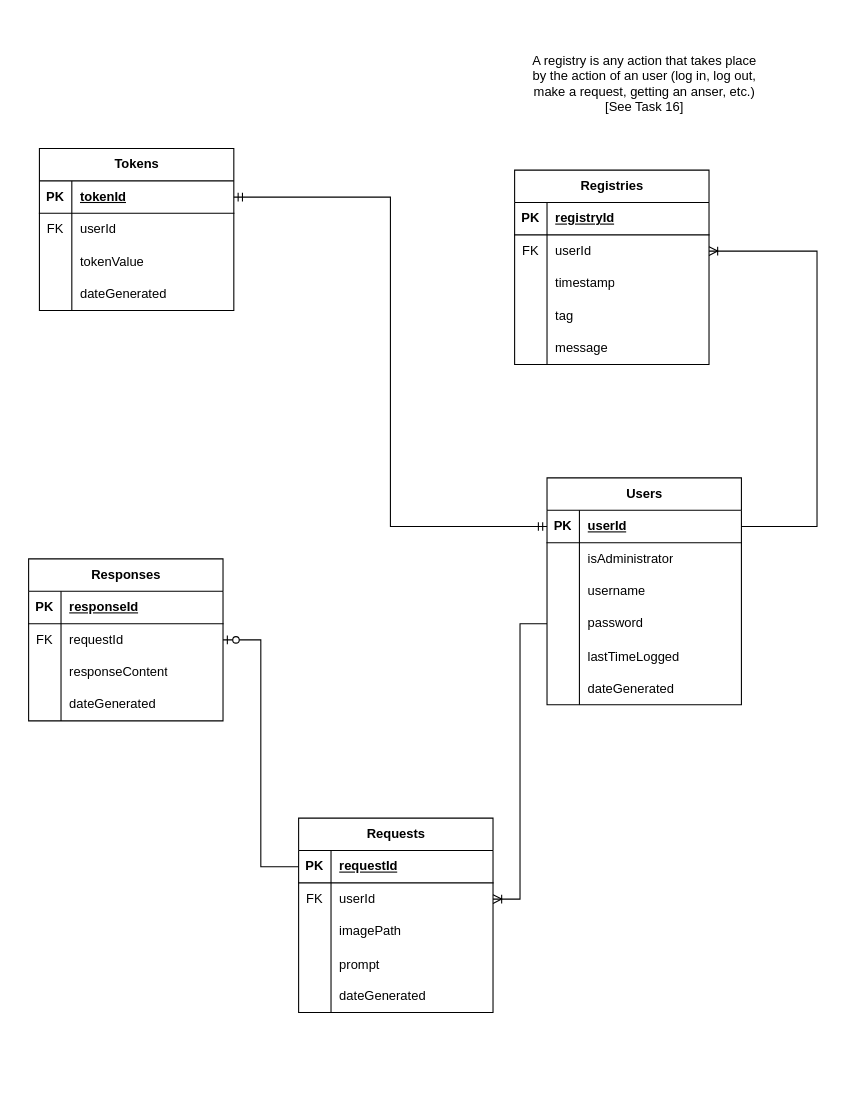
The draw.io diagram documents/UXIA-ddbb-diagram.drawio in ruben-bena/UXIAServer, before the edit. Source tidied: cells renumbered, new cells numbered last; positions are measured from the earlier drawing's top-left corner, leaving out a move shared by most shapes. Both pictures are drawn from the tidied source at 108%, with x=0, y=0 at pixel (28, 18).
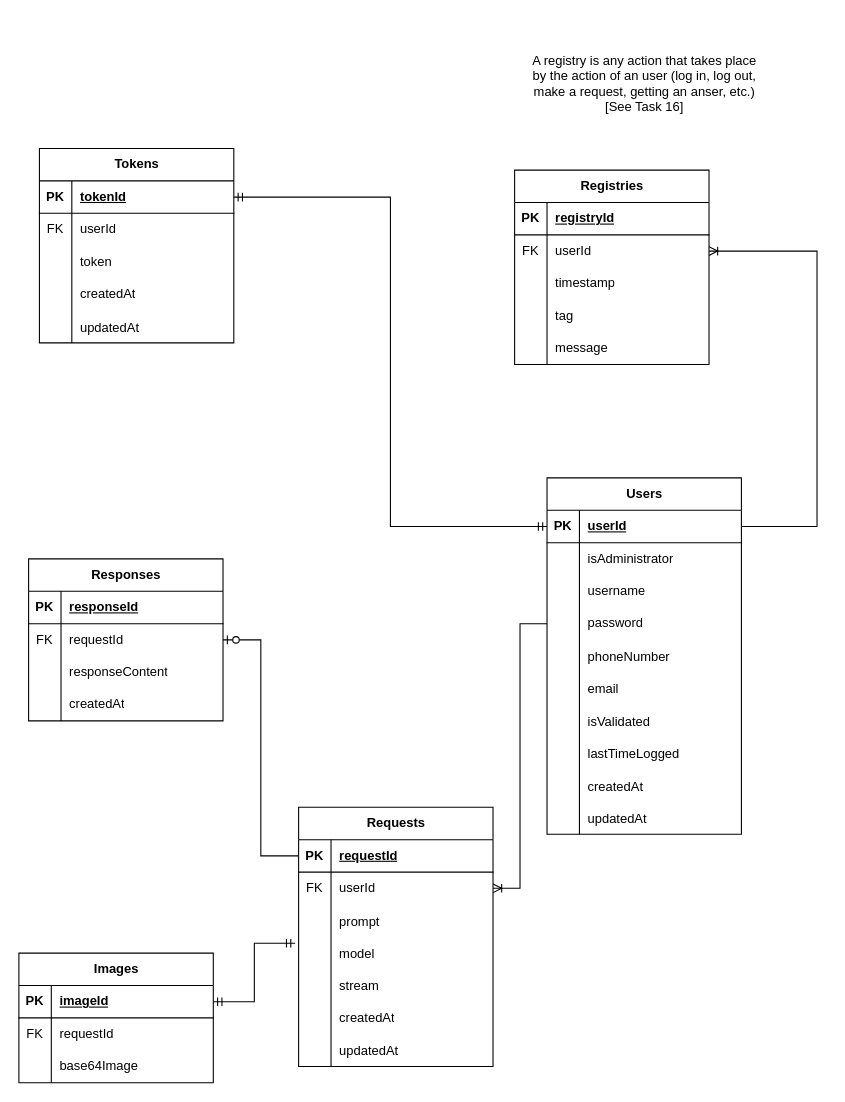
The same diagram, later.

Commit message:
Updated DDBB diagram

Unchanged cells that the change refers to:
```xml
<mxCell id="31" style="shape=tableRow;horizontal=0;startSize=0;swimlaneHead=0;swimlaneBody=0;fillColor=none;top=0;left=0;right=0;bottom=0;" parent="21" vertex="1">
  <mxGeometry y="120" width="180" height="30" as="geometry" />
</mxCell>
<mxCell id="73" style="shape=tableRow;horizontal=0;startSize=0;swimlaneHead=0;swimlaneBody=0;fillColor=none;top=0;left=0;right=0;bottom=0;" parent="66" vertex="1">
  <mxGeometry y="90" width="180" height="30" as="geometry" />
</mxCell>
<mxCell id="76" style="shape=tableRow;horizontal=0;startSize=0;swimlaneHead=0;swimlaneBody=0;fillColor=none;top=0;left=0;right=0;bottom=0;" parent="66" vertex="1">
  <mxGeometry y="120" width="180" height="30" as="geometry" />
</mxCell>
```

Change to the diagram source:
```diff
@@
     <mxCell id="2" value="Users" style="shape=table;startSize=30;childLayout=tableLayout;rowLines=0;fontStyle=1;align=center;html=1;" parent="1" vertex="1">
-      <mxGeometry x="480" y="425" width="180" height="210" as="geometry" />
+      <mxGeometry x="480" y="425" width="180" height="330" as="geometry" />
     </mxCell>
@@
+    <mxCell id="84" style="shape=tableRow;horizontal=0;startSize=0;swimlaneHead=0;swimlaneBody=0;fillColor=none;top=0;left=0;right=0;bottom=0;" parent="2" vertex="1">
+      <mxGeometry y="150" width="180" height="30" as="geometry" />
+    </mxCell>
+    <mxCell id="85" style="shape=partialRectangle;fillColor=none;top=0;left=0;bottom=0;right=0;overflow=hidden;" parent="84" vertex="1">
+      <mxGeometry width="30" height="30" as="geometry" />
+    </mxCell>
+    <mxCell id="86" value="phoneNumber" style="shape=partialRectangle;fillColor=none;top=0;left=0;bottom=0;right=0;align=left;spacingLeft=6;overflow=hidden;" parent="84" vertex="1">
+      <mxGeometry x="30" width="150" height="30" as="geometry" />
+    </mxCell>
+    <mxCell id="87" style="shape=tableRow;horizontal=0;startSize=0;swimlaneHead=0;swimlaneBody=0;fillColor=none;top=0;left=0;right=0;bottom=0;" parent="2" vertex="1">
+      <mxGeometry y="180" width="180" height="30" as="geometry" />
+    </mxCell>
+    <mxCell id="88" style="shape=partialRectangle;fillColor=none;top=0;left=0;bottom=0;right=0;overflow=hidden;" parent="87" vertex="1">
+      <mxGeometry width="30" height="30" as="geometry" />
+    </mxCell>
+    <mxCell id="89" value="email" style="shape=partialRectangle;fillColor=none;top=0;left=0;bottom=0;right=0;align=left;spacingLeft=6;overflow=hidden;" parent="87" vertex="1">
+      <mxGeometry x="30" width="150" height="30" as="geometry" />
+    </mxCell>
+    <mxCell id="90" style="shape=tableRow;horizontal=0;startSize=0;swimlaneHead=0;swimlaneBody=0;fillColor=none;top=0;left=0;right=0;bottom=0;" parent="2" vertex="1">
+      <mxGeometry y="210" width="180" height="30" as="geometry" />
+    </mxCell>
+    <mxCell id="91" style="shape=partialRectangle;fillColor=none;top=0;left=0;bottom=0;right=0;overflow=hidden;" parent="90" vertex="1">
+      <mxGeometry width="30" height="30" as="geometry" />
+    </mxCell>
+    <mxCell id="92" value="isValidated" style="shape=partialRectangle;fillColor=none;top=0;left=0;bottom=0;right=0;align=left;spacingLeft=6;overflow=hidden;" parent="90" vertex="1">
+      <mxGeometry x="30" width="150" height="30" as="geometry" />
+    </mxCell>
     <mxCell id="15" style="shape=tableRow;horizontal=0;startSize=0;swimlaneHead=0;swimlaneBody=0;fillColor=none;top=0;left=0;right=0;bottom=0;" parent="2" vertex="1">
-      <mxGeometry y="150" width="180" height="30" as="geometry" />
+      <mxGeometry y="240" width="180" height="30" as="geometry" />
     </mxCell>
@@
     <mxCell id="18" style="shape=tableRow;horizontal=0;startSize=0;swimlaneHead=0;swimlaneBody=0;fillColor=none;top=0;left=0;right=0;bottom=0;" parent="2" vertex="1">
-      <mxGeometry y="180" width="180" height="30" as="geometry" />
+      <mxGeometry y="270" width="180" height="30" as="geometry" />
     </mxCell>
@@
-    <mxCell id="20" value="dateGenerated" style="shape=partialRectangle;fillColor=none;top=0;left=0;bottom=0;right=0;align=left;spacingLeft=6;overflow=hidden;" parent="18" vertex="1">
+    <mxCell id="20" value="createdAt" style="shape=partialRectangle;fillColor=none;top=0;left=0;bottom=0;right=0;align=left;spacingLeft=6;overflow=hidden;" parent="18" vertex="1">
       <mxGeometry x="30" width="150" height="30" as="geometry" />
     </mxCell>
+    <mxCell id="93" style="shape=tableRow;horizontal=0;startSize=0;swimlaneHead=0;swimlaneBody=0;fillColor=none;top=0;left=0;right=0;bottom=0;" parent="2" vertex="1">
+      <mxGeometry y="300" width="180" height="30" as="geometry" />
+    </mxCell>
+    <mxCell id="94" style="shape=partialRectangle;fillColor=none;top=0;left=0;bottom=0;right=0;overflow=hidden;" parent="93" vertex="1">
+      <mxGeometry width="30" height="30" as="geometry" />
+    </mxCell>
+    <mxCell id="95" value="updatedAt" style="shape=partialRectangle;fillColor=none;top=0;left=0;bottom=0;right=0;align=left;spacingLeft=6;overflow=hidden;" parent="93" vertex="1">
+      <mxGeometry x="30" width="150" height="30" as="geometry" />
+    </mxCell>
@@
-    <mxCell id="33" value="dateGenerated" style="shape=partialRectangle;fillColor=none;top=0;left=0;bottom=0;right=0;align=left;spacingLeft=6;overflow=hidden;whiteSpace=wrap;html=1;" parent="31" vertex="1">
+    <mxCell id="33" value="createdAt" style="shape=partialRectangle;fillColor=none;top=0;left=0;bottom=0;right=0;align=left;spacingLeft=6;overflow=hidden;whiteSpace=wrap;html=1;" parent="31" vertex="1">
       <mxGeometry x="30" width="150" height="30" as="geometry" />
     </mxCell>
@@
     <mxCell id="50" value="Requests" style="shape=table;startSize=30;childLayout=tableLayout;rowLines=0;fontStyle=1;align=center;html=1;" parent="1" vertex="1">
-      <mxGeometry x="250" y="740" width="180" height="180" as="geometry" />
+      <mxGeometry x="250" y="730" width="180" height="240" as="geometry" />
     </mxCell>
@@
-    <mxCell id="57" style="shape=tableRow;horizontal=0;startSize=0;swimlaneHead=0;swimlaneBody=0;fillColor=none;top=0;left=0;right=0;bottom=0;" parent="50" vertex="1">
-      <mxGeometry y="90" width="180" height="30" as="geometry" />
-    </mxCell>
-    <mxCell id="58" style="shape=partialRectangle;fillColor=none;top=0;left=0;bottom=0;right=0;overflow=hidden;whiteSpace=wrap;html=1;" parent="57" vertex="1">
-      <mxGeometry width="30" height="30" as="geometry" />
-    </mxCell>
-    <mxCell id="59" value="imagePath" style="shape=partialRectangle;fillColor=none;top=0;left=0;bottom=0;right=0;align=left;spacingLeft=6;overflow=hidden;whiteSpace=wrap;html=1;" parent="57" vertex="1">
-      <mxGeometry x="30" width="150" height="30" as="geometry" />
-    </mxCell>
     <mxCell id="60" style="shape=tableRow;horizontal=0;startSize=0;swimlaneHead=0;swimlaneBody=0;fillColor=none;top=0;left=0;right=0;bottom=0;" parent="50" vertex="1">
-      <mxGeometry y="120" width="180" height="30" as="geometry" />
+      <mxGeometry y="90" width="180" height="30" as="geometry" />
     </mxCell>
@@
+    <mxCell id="96" style="shape=tableRow;horizontal=0;startSize=0;swimlaneHead=0;swimlaneBody=0;fillColor=none;points=[[0,0.5],[1,0.5]];portConstraint=eastwest;top=0;left=0;right=0;bottom=0;" parent="50" vertex="1">
+      <mxGeometry y="120" width="180" height="30" as="geometry" />
+    </mxCell>
+    <mxCell id="97" style="shape=partialRectangle;fillColor=none;top=0;left=0;bottom=0;right=0;overflow=hidden;" parent="96" vertex="1">
+      <mxGeometry width="30" height="30" as="geometry" />
+    </mxCell>
+    <mxCell id="98" value="model" style="shape=partialRectangle;fillColor=none;top=0;left=0;bottom=0;right=0;align=left;spacingLeft=6;overflow=hidden;" parent="96" vertex="1">
+      <mxGeometry x="30" width="150" height="30" as="geometry" />
+    </mxCell>
+    <mxCell id="99" style="shape=tableRow;horizontal=0;startSize=0;swimlaneHead=0;swimlaneBody=0;fillColor=none;top=0;left=0;right=0;bottom=0;" parent="50" vertex="1">
+      <mxGeometry y="150" width="180" height="30" as="geometry" />
+    </mxCell>
+    <mxCell id="100" style="shape=partialRectangle;fillColor=none;top=0;left=0;bottom=0;right=0;overflow=hidden;" parent="99" vertex="1">
+      <mxGeometry width="30" height="30" as="geometry" />
+    </mxCell>
+    <mxCell id="101" value="stream" style="shape=partialRectangle;fillColor=none;top=0;left=0;bottom=0;right=0;align=left;spacingLeft=6;overflow=hidden;" parent="99" vertex="1">
+      <mxGeometry x="30" width="150" height="30" as="geometry" />
+    </mxCell>
     <mxCell id="63" style="shape=tableRow;horizontal=0;startSize=0;swimlaneHead=0;swimlaneBody=0;fillColor=none;top=0;left=0;right=0;bottom=0;" parent="50" vertex="1">
-      <mxGeometry y="150" width="180" height="30" as="geometry" />
+      <mxGeometry y="180" width="180" height="30" as="geometry" />
     </mxCell>
@@
-    <mxCell id="65" value="dateGenerated" style="shape=partialRectangle;fillColor=none;top=0;left=0;bottom=0;right=0;align=left;spacingLeft=6;overflow=hidden;whiteSpace=wrap;html=1;" parent="63" vertex="1">
+    <mxCell id="65" value="createdAt" style="shape=partialRectangle;fillColor=none;top=0;left=0;bottom=0;right=0;align=left;spacingLeft=6;overflow=hidden;whiteSpace=wrap;html=1;" parent="63" vertex="1">
       <mxGeometry x="30" width="150" height="30" as="geometry" />
     </mxCell>
+    <mxCell id="102" style="shape=tableRow;horizontal=0;startSize=0;swimlaneHead=0;swimlaneBody=0;fillColor=none;top=0;left=0;right=0;bottom=0;" parent="50" vertex="1">
+      <mxGeometry y="210" width="180" height="30" as="geometry" />
+    </mxCell>
+    <mxCell id="103" style="shape=partialRectangle;fillColor=none;top=0;left=0;bottom=0;right=0;overflow=hidden;" parent="102" vertex="1">
+      <mxGeometry width="30" height="30" as="geometry" />
+    </mxCell>
+    <mxCell id="104" value="updatedAt" style="shape=partialRectangle;fillColor=none;top=0;left=0;bottom=0;right=0;align=left;spacingLeft=6;overflow=hidden;" parent="102" vertex="1">
+      <mxGeometry x="30" width="150" height="30" as="geometry" />
+    </mxCell>
     <mxCell id="66" value="Tokens" style="shape=table;startSize=30;childLayout=tableLayout;rowLines=0;fontStyle=1;align=center;html=1;" parent="1" vertex="1">
-      <mxGeometry x="10" y="120" width="180" height="150" as="geometry" />
+      <mxGeometry x="10" y="120" width="180" height="180" as="geometry" />
     </mxCell>
@@
-    <mxCell id="75" value="tokenValue" style="shape=partialRectangle;fillColor=none;top=0;left=0;bottom=0;right=0;align=left;spacingLeft=6;overflow=hidden;whiteSpace=wrap;html=1;" parent="73" vertex="1">
+    <mxCell id="75" value="token" style="shape=partialRectangle;fillColor=none;top=0;left=0;bottom=0;right=0;align=left;spacingLeft=6;overflow=hidden;whiteSpace=wrap;html=1;" parent="73" vertex="1">
       <mxGeometry x="30" width="150" height="30" as="geometry" />
     </mxCell>
@@
-    <mxCell id="78" value="dateGenerated" style="shape=partialRectangle;fillColor=none;top=0;left=0;bottom=0;right=0;align=left;spacingLeft=6;overflow=hidden;whiteSpace=wrap;html=1;" parent="76" vertex="1">
+    <mxCell id="78" value="createdAt" style="shape=partialRectangle;fillColor=none;top=0;left=0;bottom=0;right=0;align=left;spacingLeft=6;overflow=hidden;whiteSpace=wrap;html=1;" parent="76" vertex="1">
       <mxGeometry x="30" width="150" height="30" as="geometry" />
     </mxCell>
+    <mxCell id="105" style="shape=tableRow;horizontal=0;startSize=0;swimlaneHead=0;swimlaneBody=0;fillColor=none;top=0;left=0;right=0;bottom=0;" parent="66" vertex="1">
+      <mxGeometry y="150" width="180" height="30" as="geometry" />
+    </mxCell>
+    <mxCell id="106" style="shape=partialRectangle;fillColor=none;top=0;left=0;bottom=0;right=0;overflow=hidden;" parent="105" vertex="1">
+      <mxGeometry width="30" height="30" as="geometry" />
+    </mxCell>
+    <mxCell id="107" value="updatedAt" style="shape=partialRectangle;fillColor=none;top=0;left=0;bottom=0;right=0;align=left;spacingLeft=6;overflow=hidden;" parent="105" vertex="1">
+      <mxGeometry x="30" width="150" height="30" as="geometry" />
+    </mxCell>
@@
+    <mxCell id="108" value="Images" style="shape=table;startSize=30;childLayout=tableLayout;rowLines=0;fontStyle=1;align=center;html=1;" parent="1" vertex="1">
+      <mxGeometry x="-9" y="865" width="180" height="120" as="geometry" />
+    </mxCell>
+    <mxCell id="109" style="shape=tableRow;horizontal=0;startSize=0;swimlaneHead=0;swimlaneBody=0;fillColor=none;points=[[0,0.5],[1,0.5]];portConstraint=eastwest;top=0;left=0;right=0;bottom=1;" parent="108" vertex="1">
+      <mxGeometry y="30" width="180" height="30" as="geometry" />
+    </mxCell>
+    <mxCell id="110" value="PK" style="shape=partialRectangle;fillColor=none;top=0;left=0;bottom=0;right=0;fontStyle=1;overflow=hidden;whiteSpace=wrap;html=1;" parent="109" vertex="1">
+      <mxGeometry width="30" height="30" as="geometry" />
+    </mxCell>
+    <mxCell id="111" value="imageId" style="shape=partialRectangle;fillColor=none;top=0;left=0;bottom=0;right=0;align=left;spacingLeft=6;fontStyle=5;overflow=hidden;whiteSpace=wrap;html=1;" parent="109" vertex="1">
+      <mxGeometry x="30" width="150" height="30" as="geometry" />
+    </mxCell>
+    <mxCell id="112" style="shape=tableRow;horizontal=0;startSize=0;swimlaneHead=0;swimlaneBody=0;fillColor=none;top=0;left=0;right=0;bottom=0;" parent="108" vertex="1">
+      <mxGeometry y="60" width="180" height="30" as="geometry" />
+    </mxCell>
+    <mxCell id="113" value="FK" style="shape=partialRectangle;fillColor=none;top=0;left=0;bottom=0;right=0;fontStyle=0;overflow=hidden;whiteSpace=wrap;html=1;" parent="112" vertex="1">
+      <mxGeometry width="30" height="30" as="geometry" />
+    </mxCell>
+    <mxCell id="114" value="requestId" style="shape=partialRectangle;fillColor=none;top=0;left=0;bottom=0;right=0;align=left;spacingLeft=6;fontStyle=0;overflow=hidden;whiteSpace=wrap;html=1;" parent="112" vertex="1">
+      <mxGeometry x="30" width="150" height="30" as="geometry" />
+    </mxCell>
+    <mxCell id="57" style="shape=tableRow;horizontal=0;startSize=0;swimlaneHead=0;swimlaneBody=0;fillColor=none;top=0;left=0;right=0;bottom=0;" parent="108" vertex="1">
+      <mxGeometry y="90" width="180" height="30" as="geometry" />
+    </mxCell>
+    <mxCell id="58" style="shape=partialRectangle;fillColor=none;top=0;left=0;bottom=0;right=0;overflow=hidden;whiteSpace=wrap;html=1;" parent="57" vertex="1">
+      <mxGeometry width="30" height="30" as="geometry" />
+    </mxCell>
+    <mxCell id="115" value="base64Image" style="shape=partialRectangle;fillColor=none;top=0;left=0;bottom=0;right=0;align=left;spacingLeft=6;overflow=hidden;whiteSpace=wrap;html=1;" parent="57" vertex="1">
+      <mxGeometry x="30" width="150" height="30" as="geometry" />
+    </mxCell>
+    <mxCell id="116" style="edgeStyle=elbowEdgeStyle;fontSize=12;html=1;endArrow=ERmandOne;startArrow=ERmandOne;rounded=0;entryX=-0.018;entryY=0.196;entryDx=0;entryDy=0;exitX=1;exitY=0.5;exitDx=0;exitDy=0;entryPerimeter=0;" parent="1" edge="1" source="109" target="96">
+      <mxGeometry relative="1" as="geometry" />
+    </mxCell>
```
